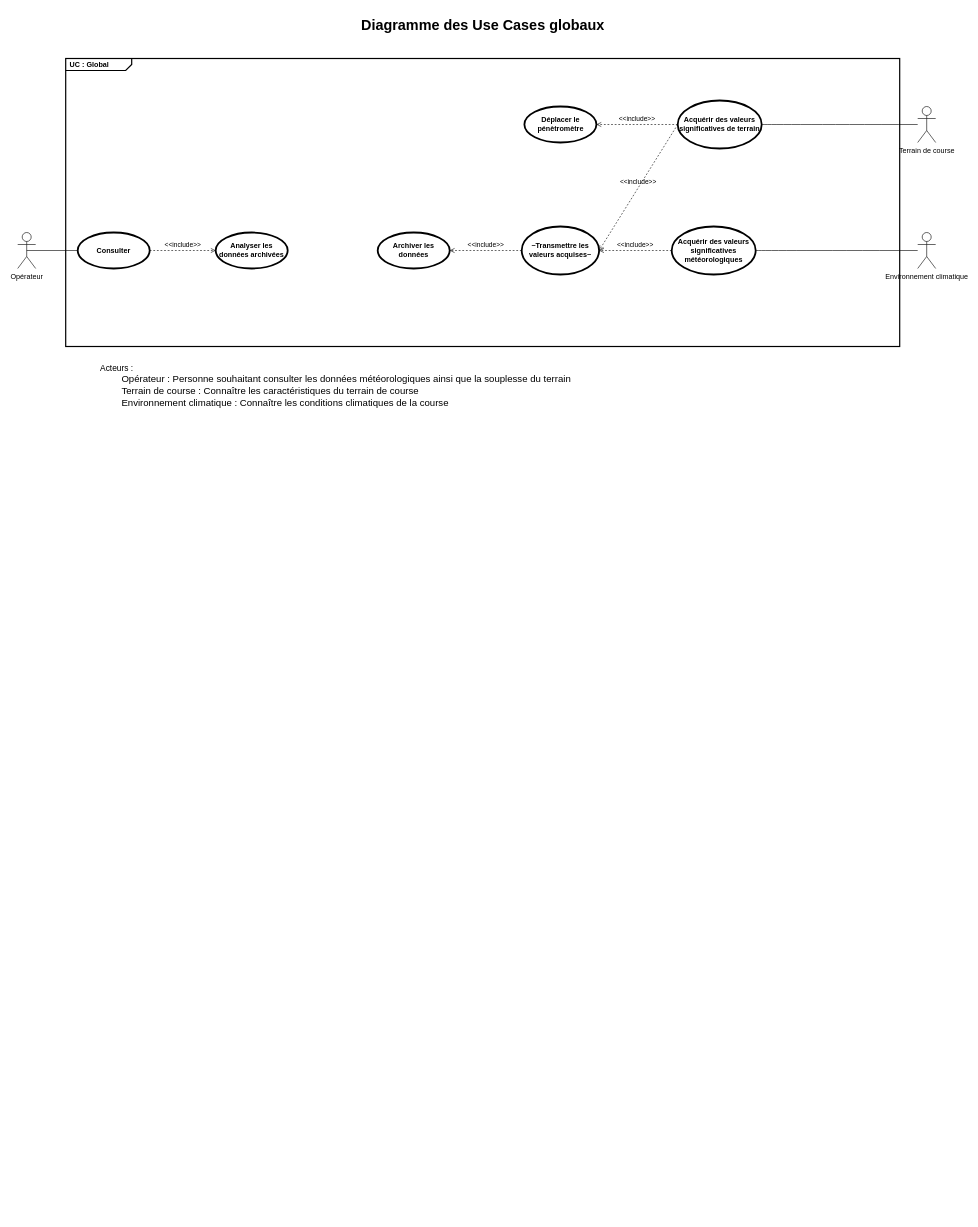
Earlier version of the draw.io diagram SYSML/UseCase/D-UC_General-FM2.drawio (ToGen49/Hippodrome). Source tidied: cells renumbered, new cells numbered last; positions are measured from the earlier drawing's top-left corner, leaving out a move shared by most shapes. Both pictures are drawn from the tidied source at 60%, with x=0, y=0 at pixel (17, 10).
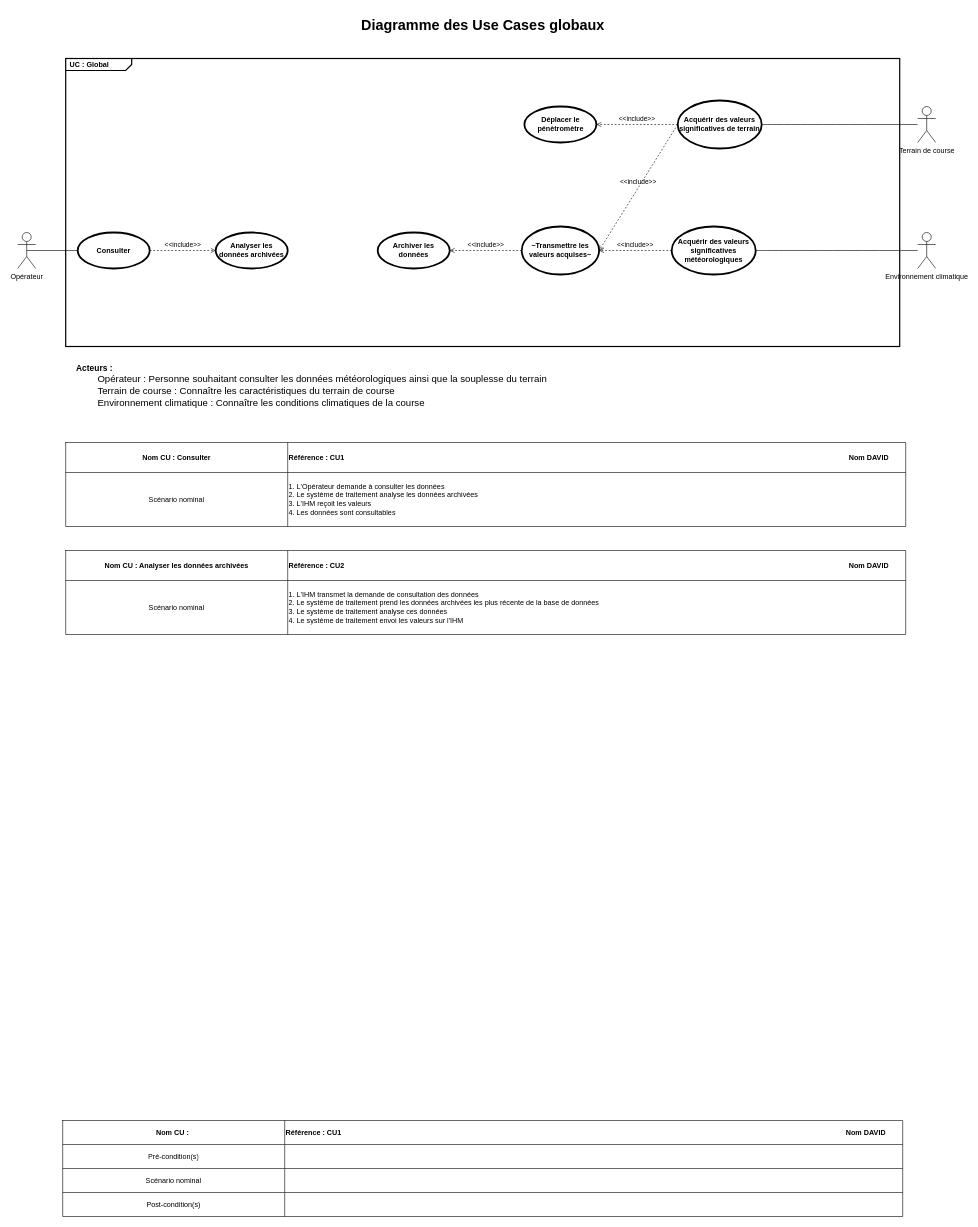
The same diagram, later.

Commit message:
Mettre à jour D-UC_General-FM2.drawio

The edit, as a diff of the source:
```diff
@@
-    <mxCell id="20" value="&lt;div style=&quot;text-align: left;&quot;&gt;&lt;span style=&quot;background-color: transparent; color: light-dark(rgb(0, 0, 0), rgb(255, 255, 255));&quot;&gt;&lt;font style=&quot;font-size: 14px;&quot;&gt;Acteurs :&lt;/font&gt;&lt;/span&gt;&lt;/div&gt;&lt;div style=&quot;text-align: left;&quot;&gt;&lt;font size=&quot;3&quot;&gt;&lt;span style=&quot;white-space: pre;&quot;&gt;&#9;&lt;/span&gt;Opérateur : Personne souhaitant consulter les données météorologiques ainsi que la souplesse du terrain&lt;/font&gt;&lt;br&gt;&lt;/div&gt;&lt;div style=&quot;text-align: left;&quot;&gt;&lt;font size=&quot;3&quot;&gt;&lt;span style=&quot;white-space: pre;&quot;&gt;&#9;&lt;/span&gt;Terrain de course : Connaître les caractéristiques du terrain de course&lt;/font&gt;&lt;/div&gt;&lt;div style=&quot;text-align: left;&quot;&gt;&lt;font size=&quot;3&quot;&gt;&lt;span style=&quot;white-space: pre;&quot;&gt;&#9;&lt;/span&gt;Environnement climatique : Connaître les conditions climatiques de la course&lt;br&gt;&lt;/font&gt;&lt;/div&gt;" style="text;html=1;align=center;verticalAlign=middle;whiteSpace=wrap;rounded=0;" parent="1" vertex="1">
-      <mxGeometry x="120" y="580" width="820" height="90" as="geometry" />
+    <mxCell id="20" value="&lt;div style=&quot;text-align: left;&quot;&gt;&lt;span style=&quot;background-color: transparent; color: light-dark(rgb(0, 0, 0), rgb(255, 255, 255));&quot;&gt;&lt;font style=&quot;font-size: 14px;&quot;&gt;&lt;b&gt;Acteurs :&lt;/b&gt;&lt;/font&gt;&lt;/span&gt;&lt;/div&gt;&lt;div style=&quot;text-align: left;&quot;&gt;&lt;font size=&quot;3&quot;&gt;&lt;span style=&quot;white-space: pre;&quot;&gt;&#9;&lt;/span&gt;Opérateur : Personne souhaitant consulter les données météorologiques ainsi que la souplesse du terrain&lt;/font&gt;&lt;br&gt;&lt;/div&gt;&lt;div style=&quot;text-align: left;&quot;&gt;&lt;font size=&quot;3&quot;&gt;&lt;span style=&quot;white-space: pre;&quot;&gt;&#9;&lt;/span&gt;Terrain de course : Connaître les caractéristiques du terrain de course&lt;/font&gt;&lt;/div&gt;&lt;div style=&quot;text-align: left;&quot;&gt;&lt;font size=&quot;3&quot;&gt;&lt;span style=&quot;white-space: pre;&quot;&gt;&#9;&lt;/span&gt;Environnement climatique : Connaître les conditions climatiques de la course&lt;br&gt;&lt;/font&gt;&lt;/div&gt;" style="text;html=1;align=center;verticalAlign=middle;whiteSpace=wrap;rounded=0;" parent="1" vertex="1">
+      <mxGeometry x="80" y="580" width="820" height="90" as="geometry" />
     </mxCell>
@@
+    <mxCell id="23" style="shape=table;startSize=0;childLayout=tableLayout;" parent="1" vertex="1">
+      <mxGeometry x="80" y="720" width="1400" height="140" as="geometry" />
+    </mxCell>
+    <mxCell id="24" style="shape=tableRow;horizontal=0;startSize=0;swimlaneHead=0;swimlaneBody=0;strokeColor=inherit;top=0;left=0;bottom=0;right=0;fillColor=none;" parent="23" vertex="1">
+      <mxGeometry width="1400" height="50" as="geometry" />
+    </mxCell>
+    <mxCell id="25" value="&lt;b&gt;Nom CU : Consulter&lt;/b&gt;" style="shape=partialRectangle;html=1;whiteSpace=wrap;strokeColor=inherit;overflow=hidden;fillColor=none;top=0;left=0;bottom=0;right=0;" parent="24" vertex="1">
+      <mxGeometry width="370" height="50" as="geometry" />
+    </mxCell>
+    <mxCell id="26" value="&lt;b&gt;Référence : CU1&lt;span style=&quot;white-space: pre;&quot;&gt;&#9;&lt;/span&gt;&lt;span style=&quot;white-space: pre;&quot;&gt;&#9;&lt;/span&gt;&lt;span style=&quot;white-space: pre;&quot;&gt;&#9;&lt;/span&gt;&lt;span style=&quot;white-space: pre;&quot;&gt;&#9;&lt;/span&gt;&lt;span style=&quot;white-space: pre;&quot;&gt;&#9;&lt;/span&gt;&lt;span style=&quot;white-space: pre;&quot;&gt;&#9;&lt;/span&gt;&lt;span style=&quot;white-space: pre;&quot;&gt;&#9;&lt;/span&gt;&lt;span style=&quot;white-space: pre;&quot;&gt;&#9;&lt;/span&gt;&lt;span style=&quot;white-space: pre;&quot;&gt;&#9;&lt;/span&gt;&lt;span style=&quot;white-space: pre;&quot;&gt;&#9;&lt;/span&gt;&lt;span style=&quot;white-space: pre;&quot;&gt;&#9;&lt;/span&gt;&lt;span style=&quot;white-space: pre;&quot;&gt;&#9;&lt;/span&gt;&lt;span style=&quot;white-space: pre;&quot;&gt;&#9;&lt;/span&gt;&lt;span style=&quot;white-space: pre;&quot;&gt;&#9;&lt;/span&gt;&lt;span style=&quot;white-space: pre;&quot;&gt;&#9;&lt;/span&gt;&lt;span style=&quot;white-space: pre;&quot;&gt;&#9;&lt;/span&gt;&lt;span style=&quot;white-space: pre;&quot;&gt;&#9;&lt;/span&gt;&lt;span style=&quot;white-space: pre;&quot;&gt;&#9;&lt;/span&gt;&lt;span style=&quot;white-space: pre;&quot;&gt;&#9;&lt;/span&gt;&lt;span style=&quot;white-space: pre;&quot;&gt;&#9;&lt;/span&gt;&lt;span style=&quot;white-space: pre;&quot;&gt;&#9;&lt;/span&gt;&lt;span style=&quot;white-space: pre;&quot;&gt;&#9;&lt;/span&gt;&lt;span style=&quot;white-space: pre;&quot;&gt;&#9;&lt;/span&gt;&lt;span style=&quot;white-space: pre;&quot;&gt;&#9;&lt;/span&gt;&lt;span style=&quot;white-space: pre;&quot;&gt;&#9;&lt;/span&gt;&lt;span style=&quot;white-space: pre;&quot;&gt;&#9;&lt;/span&gt;&lt;span style=&quot;white-space: pre;&quot;&gt;&#9;&lt;/span&gt;&lt;span style=&quot;white-space: pre;&quot;&gt;&#9;&lt;/span&gt;&lt;span style=&quot;white-space: pre;&quot;&gt;&#9;&lt;/span&gt;&lt;span style=&quot;white-space: pre;&quot;&gt;&#9;&lt;/span&gt;&lt;span style=&quot;white-space: pre;&quot;&gt;&#9;&lt;/span&gt;&lt;span style=&quot;white-space: pre;&quot;&gt;&#9;&lt;/span&gt;Nom DAVID&lt;/b&gt;" style="shape=partialRectangle;html=1;whiteSpace=wrap;strokeColor=inherit;overflow=hidden;fillColor=none;top=0;left=0;bottom=0;right=0;align=left;" parent="24" vertex="1">
+      <mxGeometry x="370" width="1030" height="50" as="geometry" />
+    </mxCell>
+    <mxCell id="27" style="shape=tableRow;horizontal=0;startSize=0;swimlaneHead=0;swimlaneBody=0;strokeColor=inherit;top=0;left=0;bottom=0;right=0;fillColor=none;" parent="23" vertex="1">
+      <mxGeometry y="50" width="1400" height="90" as="geometry" />
+    </mxCell>
+    <mxCell id="28" value="Scénario nominal" style="shape=partialRectangle;html=1;whiteSpace=wrap;strokeColor=inherit;overflow=hidden;fillColor=none;top=0;left=0;bottom=0;right=0;" parent="27" vertex="1">
+      <mxGeometry width="370" height="90" as="geometry" />
+    </mxCell>
+    <mxCell id="29" value="1. L'Opérateur demande à consulter les données&lt;div&gt;2. Le système de traitement analyse les données archivées&lt;/div&gt;&lt;div&gt;3. L'IHM reçoit les valeurs&lt;/div&gt;&lt;div&gt;4. Les données sont consultables&lt;/div&gt;" style="shape=partialRectangle;html=1;whiteSpace=wrap;strokeColor=inherit;overflow=hidden;fillColor=none;top=0;left=0;bottom=0;right=0;align=left;" parent="27" vertex="1">
+      <mxGeometry x="370" width="1030" height="90" as="geometry" />
+    </mxCell>
+    <mxCell id="30" style="shape=table;startSize=0;childLayout=tableLayout;" parent="1" vertex="1">
+      <mxGeometry x="75" y="1850" width="1400" height="160" as="geometry" />
+    </mxCell>
+    <mxCell id="31" style="shape=tableRow;horizontal=0;startSize=0;swimlaneHead=0;swimlaneBody=0;strokeColor=inherit;top=0;left=0;bottom=0;right=0;fillColor=none;" parent="30" vertex="1">
+      <mxGeometry width="1400" height="40" as="geometry" />
+    </mxCell>
+    <mxCell id="32" value="&lt;b&gt;Nom CU :&amp;nbsp;&lt;/b&gt;" style="shape=partialRectangle;html=1;whiteSpace=wrap;strokeColor=inherit;overflow=hidden;fillColor=none;top=0;left=0;bottom=0;right=0;" parent="31" vertex="1">
+      <mxGeometry width="370" height="40" as="geometry" />
+    </mxCell>
+    <mxCell id="33" value="&lt;b&gt;Référence : CU1&lt;span style=&quot;white-space: pre;&quot;&gt;&#9;&lt;/span&gt;&lt;span style=&quot;white-space: pre;&quot;&gt;&#9;&lt;/span&gt;&lt;span style=&quot;white-space: pre;&quot;&gt;&#9;&lt;/span&gt;&lt;span style=&quot;white-space: pre;&quot;&gt;&#9;&lt;/span&gt;&lt;span style=&quot;white-space: pre;&quot;&gt;&#9;&lt;/span&gt;&lt;span style=&quot;white-space: pre;&quot;&gt;&#9;&lt;/span&gt;&lt;span style=&quot;white-space: pre;&quot;&gt;&#9;&lt;/span&gt;&lt;span style=&quot;white-space: pre;&quot;&gt;&#9;&lt;/span&gt;&lt;span style=&quot;white-space: pre;&quot;&gt;&#9;&lt;/span&gt;&lt;span style=&quot;white-space: pre;&quot;&gt;&#9;&lt;/span&gt;&lt;span style=&quot;white-space: pre;&quot;&gt;&#9;&lt;/span&gt;&lt;span style=&quot;white-space: pre;&quot;&gt;&#9;&lt;/span&gt;&lt;span style=&quot;white-space: pre;&quot;&gt;&#9;&lt;/span&gt;&lt;span style=&quot;white-space: pre;&quot;&gt;&#9;&lt;/span&gt;&lt;span style=&quot;white-space: pre;&quot;&gt;&#9;&lt;/span&gt;&lt;span style=&quot;white-space: pre;&quot;&gt;&#9;&lt;/span&gt;&lt;span style=&quot;white-space: pre;&quot;&gt;&#9;&lt;/span&gt;&lt;span style=&quot;white-space: pre;&quot;&gt;&#9;&lt;/span&gt;&lt;span style=&quot;white-space: pre;&quot;&gt;&#9;&lt;/span&gt;&lt;span style=&quot;white-space: pre;&quot;&gt;&#9;&lt;/span&gt;&lt;span style=&quot;white-space: pre;&quot;&gt;&#9;&lt;/span&gt;&lt;span style=&quot;white-space: pre;&quot;&gt;&#9;&lt;/span&gt;&lt;span style=&quot;white-space: pre;&quot;&gt;&#9;&lt;/span&gt;&lt;span style=&quot;white-space: pre;&quot;&gt;&#9;&lt;/span&gt;&lt;span style=&quot;white-space: pre;&quot;&gt;&#9;&lt;/span&gt;&lt;span style=&quot;white-space: pre;&quot;&gt;&#9;&lt;/span&gt;&lt;span style=&quot;white-space: pre;&quot;&gt;&#9;&lt;/span&gt;&lt;span style=&quot;white-space: pre;&quot;&gt;&#9;&lt;/span&gt;&lt;span style=&quot;white-space: pre;&quot;&gt;&#9;&lt;/span&gt;&lt;span style=&quot;white-space: pre;&quot;&gt;&#9;&lt;/span&gt;&lt;span style=&quot;white-space: pre;&quot;&gt;&#9;&lt;/span&gt;&lt;span style=&quot;white-space: pre;&quot;&gt;&#9;&lt;/span&gt;Nom DAVID&lt;/b&gt;" style="shape=partialRectangle;html=1;whiteSpace=wrap;strokeColor=inherit;overflow=hidden;fillColor=none;top=0;left=0;bottom=0;right=0;align=left;" parent="31" vertex="1">
+      <mxGeometry x="370" width="1030" height="40" as="geometry" />
+    </mxCell>
+    <mxCell id="34" style="shape=tableRow;horizontal=0;startSize=0;swimlaneHead=0;swimlaneBody=0;strokeColor=inherit;top=0;left=0;bottom=0;right=0;fillColor=none;" parent="30" vertex="1">
+      <mxGeometry y="40" width="1400" height="40" as="geometry" />
+    </mxCell>
+    <mxCell id="35" value="Pré-condition(s)" style="shape=partialRectangle;html=1;whiteSpace=wrap;strokeColor=inherit;overflow=hidden;fillColor=none;top=0;left=0;bottom=0;right=0;" parent="34" vertex="1">
+      <mxGeometry width="370" height="40" as="geometry" />
+    </mxCell>
+    <mxCell id="36" style="shape=partialRectangle;html=1;whiteSpace=wrap;strokeColor=inherit;overflow=hidden;fillColor=none;top=0;left=0;bottom=0;right=0;align=left;" parent="34" vertex="1">
+      <mxGeometry x="370" width="1030" height="40" as="geometry" />
+    </mxCell>
+    <mxCell id="37" style="shape=tableRow;horizontal=0;startSize=0;swimlaneHead=0;swimlaneBody=0;strokeColor=inherit;top=0;left=0;bottom=0;right=0;fillColor=none;" parent="30" vertex="1">
+      <mxGeometry y="80" width="1400" height="40" as="geometry" />
+    </mxCell>
+    <mxCell id="38" value="Scénario nominal" style="shape=partialRectangle;html=1;whiteSpace=wrap;strokeColor=inherit;overflow=hidden;fillColor=none;top=0;left=0;bottom=0;right=0;" parent="37" vertex="1">
+      <mxGeometry width="370" height="40" as="geometry" />
+    </mxCell>
+    <mxCell id="39" style="shape=partialRectangle;html=1;whiteSpace=wrap;strokeColor=inherit;overflow=hidden;fillColor=none;top=0;left=0;bottom=0;right=0;align=left;" parent="37" vertex="1">
+      <mxGeometry x="370" width="1030" height="40" as="geometry" />
+    </mxCell>
+    <mxCell id="40" style="shape=tableRow;horizontal=0;startSize=0;swimlaneHead=0;swimlaneBody=0;strokeColor=inherit;top=0;left=0;bottom=0;right=0;fillColor=none;" parent="30" vertex="1">
+      <mxGeometry y="120" width="1400" height="40" as="geometry" />
+    </mxCell>
+    <mxCell id="41" value="Post-condition(s)" style="shape=partialRectangle;html=1;whiteSpace=wrap;strokeColor=inherit;overflow=hidden;fillColor=none;top=0;left=0;bottom=0;right=0;" parent="40" vertex="1">
+      <mxGeometry width="370" height="40" as="geometry" />
+    </mxCell>
+    <mxCell id="42" style="shape=partialRectangle;html=1;whiteSpace=wrap;strokeColor=inherit;overflow=hidden;fillColor=none;top=0;left=0;bottom=0;right=0;align=left;" parent="40" vertex="1">
+      <mxGeometry x="370" width="1030" height="40" as="geometry" />
+    </mxCell>
+    <mxCell id="43" style="shape=table;startSize=0;childLayout=tableLayout;" parent="1" vertex="1">
+      <mxGeometry x="80" y="900" width="1400" height="140" as="geometry" />
+    </mxCell>
+    <mxCell id="44" style="shape=tableRow;horizontal=0;startSize=0;swimlaneHead=0;swimlaneBody=0;strokeColor=inherit;top=0;left=0;bottom=0;right=0;fillColor=none;" parent="43" vertex="1">
+      <mxGeometry width="1400" height="50" as="geometry" />
+    </mxCell>
+    <mxCell id="45" value="&lt;b&gt;Nom CU : Analyser les données archivées&lt;/b&gt;" style="shape=partialRectangle;html=1;whiteSpace=wrap;strokeColor=inherit;overflow=hidden;fillColor=none;top=0;left=0;bottom=0;right=0;" parent="44" vertex="1">
+      <mxGeometry width="370" height="50" as="geometry" />
+    </mxCell>
+    <mxCell id="46" value="&lt;b&gt;Référence : CU2&lt;span style=&quot;white-space: pre;&quot;&gt;&#9;&lt;/span&gt;&lt;span style=&quot;white-space: pre;&quot;&gt;&#9;&lt;/span&gt;&lt;span style=&quot;white-space: pre;&quot;&gt;&#9;&lt;/span&gt;&lt;span style=&quot;white-space: pre;&quot;&gt;&#9;&lt;/span&gt;&lt;span style=&quot;white-space: pre;&quot;&gt;&#9;&lt;/span&gt;&lt;span style=&quot;white-space: pre;&quot;&gt;&#9;&lt;/span&gt;&lt;span style=&quot;white-space: pre;&quot;&gt;&#9;&lt;/span&gt;&lt;span style=&quot;white-space: pre;&quot;&gt;&#9;&lt;/span&gt;&lt;span style=&quot;white-space: pre;&quot;&gt;&#9;&lt;/span&gt;&lt;span style=&quot;white-space: pre;&quot;&gt;&#9;&lt;/span&gt;&lt;span style=&quot;white-space: pre;&quot;&gt;&#9;&lt;/span&gt;&lt;span style=&quot;white-space: pre;&quot;&gt;&#9;&lt;/span&gt;&lt;span style=&quot;white-space: pre;&quot;&gt;&#9;&lt;/span&gt;&lt;span style=&quot;white-space: pre;&quot;&gt;&#9;&lt;/span&gt;&lt;span style=&quot;white-space: pre;&quot;&gt;&#9;&lt;/span&gt;&lt;span style=&quot;white-space: pre;&quot;&gt;&#9;&lt;/span&gt;&lt;span style=&quot;white-space: pre;&quot;&gt;&#9;&lt;/span&gt;&lt;span style=&quot;white-space: pre;&quot;&gt;&#9;&lt;/span&gt;&lt;span style=&quot;white-space: pre;&quot;&gt;&#9;&lt;/span&gt;&lt;span style=&quot;white-space: pre;&quot;&gt;&#9;&lt;/span&gt;&lt;span style=&quot;white-space: pre;&quot;&gt;&#9;&lt;/span&gt;&lt;span style=&quot;white-space: pre;&quot;&gt;&#9;&lt;/span&gt;&lt;span style=&quot;white-space: pre;&quot;&gt;&#9;&lt;/span&gt;&lt;span style=&quot;white-space: pre;&quot;&gt;&#9;&lt;/span&gt;&lt;span style=&quot;white-space: pre;&quot;&gt;&#9;&lt;/span&gt;&lt;span style=&quot;white-space: pre;&quot;&gt;&#9;&lt;/span&gt;&lt;span style=&quot;white-space: pre;&quot;&gt;&#9;&lt;/span&gt;&lt;span style=&quot;white-space: pre;&quot;&gt;&#9;&lt;/span&gt;&lt;span style=&quot;white-space: pre;&quot;&gt;&#9;&lt;/span&gt;&lt;span style=&quot;white-space: pre;&quot;&gt;&#9;&lt;/span&gt;&lt;span style=&quot;white-space: pre;&quot;&gt;&#9;&lt;/span&gt;&lt;span style=&quot;white-space: pre;&quot;&gt;&#9;&lt;/span&gt;Nom DAVID&lt;/b&gt;" style="shape=partialRectangle;html=1;whiteSpace=wrap;strokeColor=inherit;overflow=hidden;fillColor=none;top=0;left=0;bottom=0;right=0;align=left;" parent="44" vertex="1">
+      <mxGeometry x="370" width="1030" height="50" as="geometry" />
+    </mxCell>
+    <mxCell id="47" style="shape=tableRow;horizontal=0;startSize=0;swimlaneHead=0;swimlaneBody=0;strokeColor=inherit;top=0;left=0;bottom=0;right=0;fillColor=none;" parent="43" vertex="1">
+      <mxGeometry y="50" width="1400" height="90" as="geometry" />
+    </mxCell>
+    <mxCell id="48" value="Scénario nominal" style="shape=partialRectangle;html=1;whiteSpace=wrap;strokeColor=inherit;overflow=hidden;fillColor=none;top=0;left=0;bottom=0;right=0;" parent="47" vertex="1">
+      <mxGeometry width="370" height="90" as="geometry" />
+    </mxCell>
+    <mxCell id="49" value="&lt;div&gt;1. L'IHM transmet la demande de consultation des données&lt;/div&gt;&lt;div&gt;2. Le système de traitement prend les données archivées les plus récente de la base de données&lt;/div&gt;&lt;div&gt;3. Le système de traitement analyse ces données&lt;/div&gt;&lt;div&gt;4. Le système de traitement envoi les valeurs sur l'IHM&lt;/div&gt;" style="shape=partialRectangle;html=1;whiteSpace=wrap;strokeColor=inherit;overflow=hidden;fillColor=none;top=0;left=0;bottom=0;right=0;align=left;" parent="47" vertex="1">
+      <mxGeometry x="370" width="1030" height="90" as="geometry" />
+    </mxCell>
```
